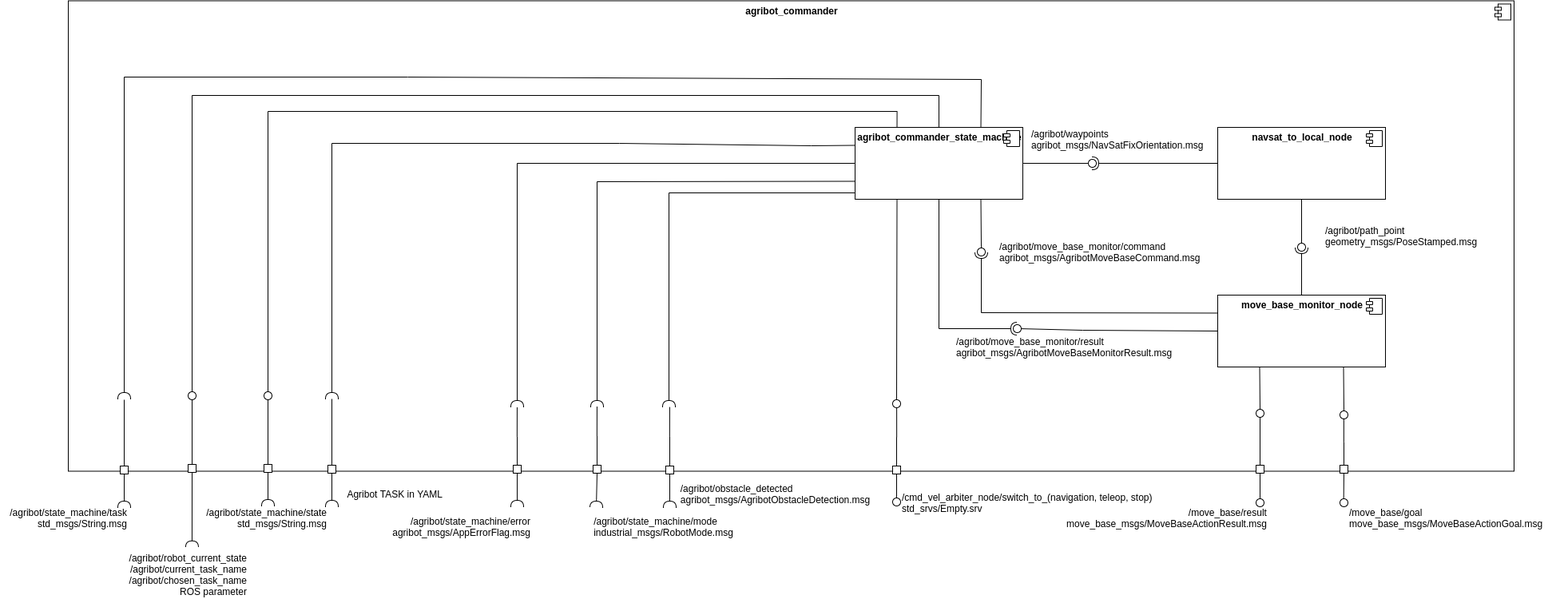
This is doc/component_diagram.png from agribot-2-0/agribot_commander, a draw.io export, as it was before one commit. Source tidied: cells renumbered, new cells last; positions are measured from the earlier drawing's top-left corner, leaving out a move shared by most shapes.
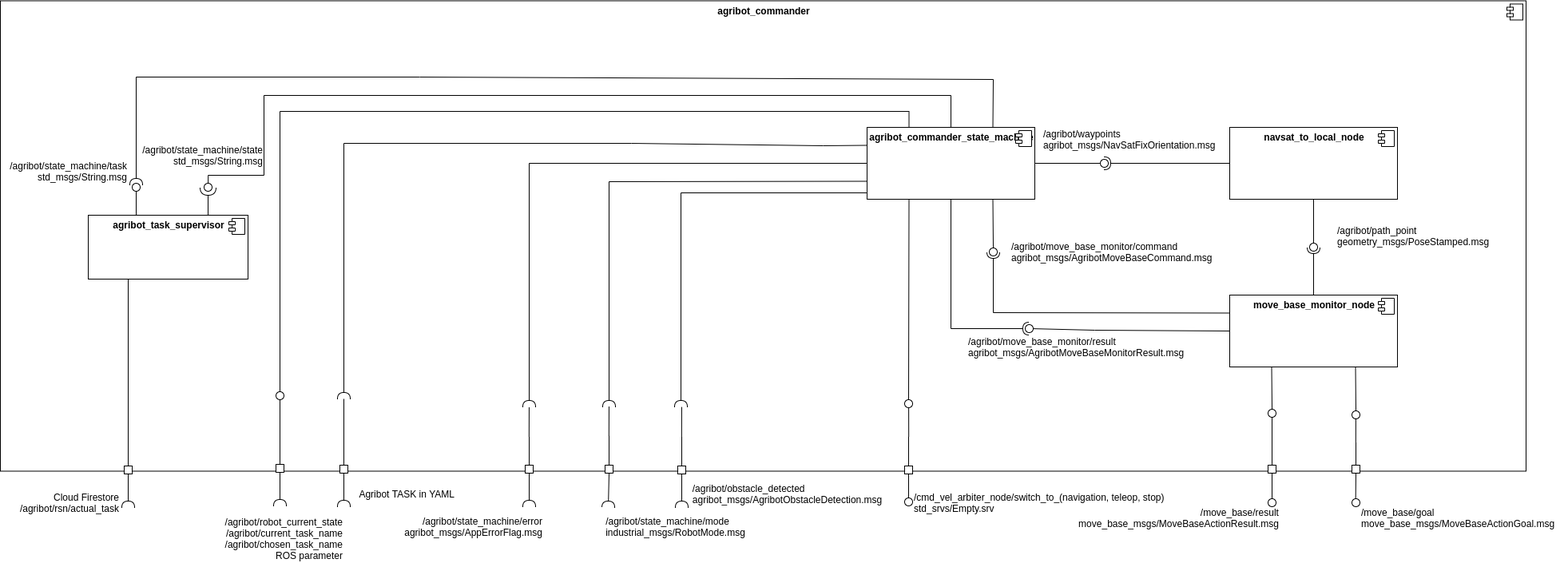
After the commit.

The edit, as a diff of the source:
```diff
@@ -3,7 +3,7 @@
     <mxCell id="0" />
     <mxCell id="1" parent="0" />
     <mxCell id="2" value="&lt;p style=&quot;margin: 0px ; margin-top: 6px ; text-align: center&quot;&gt;&lt;b&gt;agribot_commander&lt;/b&gt;&lt;/p&gt;" style="align=left;overflow=fill;html=1;" parent="1" vertex="1">
-      <mxGeometry x="85" y="-0.5" width="1810" height="589" as="geometry" />
+      <mxGeometry x="-15" y="-0.5" width="1910" height="589" as="geometry" />
     </mxCell>
     <mxCell id="3" style="shape=component;jettyWidth=8;jettyHeight=4;" parent="2" vertex="1">
       <mxGeometry x="1" width="20" height="20" relative="1" as="geometry">
@@ -269,22 +269,8 @@
       <mxGeometry x="330" y="580" width="10" height="10" as="geometry" />
     </mxCell>
     <mxCell id="70" value="&lt;div&gt;/agribot/state_machine/state&lt;br&gt;std_msgs/String.msg&lt;/div&gt;" style="text;html=1;align=right;verticalAlign=middle;" parent="1" vertex="1">
-      <mxGeometry x="240" y="632" width="170" height="30" as="geometry" />
+      <mxGeometry x="145" y="178" width="170" height="30" as="geometry" />
     </mxCell>
-    <mxCell id="71" style="rounded=0;jettySize=auto;html=1;endArrow=halfCircle;endFill=0;endSize=6;strokeWidth=1;exitX=0.5;exitY=1;exitDx=0;exitDy=0;entryX=0.562;entryY=-0.071;entryDx=0;entryDy=0;entryPerimeter=0;" parent="1" edge="1" source="73" target="74">
-      <mxGeometry relative="1" as="geometry" />
-    </mxCell>
-    <mxCell id="72" style="edgeStyle=orthogonalEdgeStyle;rounded=0;jettySize=auto;html=1;exitX=0.5;exitY=0;exitDx=0;exitDy=0;endArrow=none;endFill=0;" parent="1" edge="1" source="73">
-      <mxGeometry relative="1" as="geometry">
-        <mxPoint x="240" y="497" as="targetPoint" />
-      </mxGeometry>
-    </mxCell>
-    <mxCell id="73" style="rounded=0;whiteSpace=wrap;html=1;" parent="1" vertex="1">
-      <mxGeometry x="235" y="580" width="10" height="10" as="geometry" />
-    </mxCell>
-    <mxCell id="74" value="/agribot/robot_current_state&lt;br&gt;/agribot/current_task_name&lt;br&gt;/agribot/chosen_task_name&lt;br&gt;&lt;div&gt;ROS parameter&lt;/div&gt;" style="text;html=1;align=right;verticalAlign=middle;points=[];" parent="1" vertex="1">
-      <mxGeometry x="150" y="688" width="160" height="60" as="geometry" />
-    </mxCell>
     <mxCell id="75" style="edgeStyle=orthogonalEdgeStyle;rounded=0;jettySize=auto;html=1;entryX=0.25;entryY=0;entryDx=0;entryDy=0;endArrow=none;endFill=0;" parent="1" edge="1" source="76" target="4">
       <mxGeometry relative="1" as="geometry">
         <Array as="points">
@@ -296,20 +282,22 @@
     <mxCell id="76" style="ellipse;whiteSpace=wrap;html=1;fontFamily=Helvetica;fontSize=12;fontColor=#000000;align=center;strokeColor=#000000;fillColor=#ffffff;points=[];" parent="1" vertex="1">
       <mxGeometry x="330" y="489" width="10" height="10" as="geometry" />
     </mxCell>
-    <mxCell id="77" style="edgeStyle=orthogonalEdgeStyle;rounded=0;jettySize=auto;html=1;entryX=0.5;entryY=0;entryDx=0;entryDy=0;endArrow=none;endFill=0;" parent="1" edge="1" source="78" target="4">
+    <mxCell id="77" style="edgeStyle=orthogonalEdgeStyle;rounded=0;jettySize=auto;html=1;entryX=0.5;entryY=0;entryDx=0;entryDy=0;endArrow=none;endFill=0;exitX=0.506;exitY=0.019;exitDx=0;exitDy=0;exitPerimeter=0;" parent="1" edge="1" source="78" target="4">
       <mxGeometry relative="1" as="geometry">
         <Array as="points">
-          <mxPoint x="240" y="118" />
+          <mxPoint x="245" y="218" />
+          <mxPoint x="315" y="218" />
+          <mxPoint x="315" y="118" />
           <mxPoint x="1175" y="118" />
         </Array>
       </mxGeometry>
     </mxCell>
     <mxCell id="78" style="ellipse;whiteSpace=wrap;html=1;fontFamily=Helvetica;fontSize=12;fontColor=#000000;align=center;strokeColor=#000000;fillColor=#ffffff;points=[];" parent="1" vertex="1">
-      <mxGeometry x="235" y="489" width="10" height="10" as="geometry" />
+      <mxGeometry x="240" y="228" width="10" height="10" as="geometry" />
     </mxCell>
     <mxCell id="79" style="rounded=0;jettySize=auto;html=1;endArrow=halfCircle;endFill=0;endSize=6;strokeWidth=1;exitX=0.75;exitY=0;exitDx=0;exitDy=0;" parent="1" edge="1" source="4">
       <mxGeometry relative="1" as="geometry">
-        <mxPoint x="155" y="498" as="targetPoint" />
+        <mxPoint x="155" y="230" as="targetPoint" />
         <Array as="points">
           <mxPoint x="1228" y="98" />
           <mxPoint x="510" y="95" />
@@ -319,19 +307,47 @@
     </mxCell>
     <mxCell id="80" style="rounded=0;jettySize=auto;html=1;endArrow=halfCircle;endFill=0;endSize=6;strokeWidth=1;exitX=0.5;exitY=1;exitDx=0;exitDy=0;" parent="1" edge="1" source="82">
       <mxGeometry relative="1" as="geometry">
-        <mxPoint x="155" y="634" as="targetPoint" />
+        <mxPoint x="145" y="634" as="targetPoint" />
       </mxGeometry>
     </mxCell>
-    <mxCell id="81" style="edgeStyle=orthogonalEdgeStyle;rounded=0;jettySize=auto;html=1;exitX=0.5;exitY=0;exitDx=0;exitDy=0;endArrow=none;endFill=0;" parent="1" edge="1" source="82">
-      <mxGeometry relative="1" as="geometry">
-        <mxPoint x="155" y="499" as="targetPoint" />
-      </mxGeometry>
+    <mxCell id="81" style="edgeStyle=orthogonalEdgeStyle;rounded=0;jettySize=auto;html=1;exitX=0.5;exitY=0;exitDx=0;exitDy=0;endArrow=none;endFill=0;entryX=0.25;entryY=1;entryDx=0;entryDy=0;" parent="1" edge="1" source="82" target="84">
+      <mxGeometry relative="1" as="geometry" />
     </mxCell>
     <mxCell id="82" style="rounded=0;whiteSpace=wrap;html=1;" parent="1" vertex="1">
-      <mxGeometry x="150" y="582" width="10" height="10" as="geometry" />
+      <mxGeometry x="140" y="582" width="10" height="10" as="geometry" />
     </mxCell>
     <mxCell id="83" value="&lt;div&gt;/agribot/state_machine/task&lt;br&gt;std_msgs/String.msg&lt;br&gt;&lt;/div&gt;" style="text;html=1;align=right;verticalAlign=middle;" parent="1" vertex="1">
-      <mxGeometry y="632" width="160" height="30" as="geometry" />
+      <mxGeometry x="-15" y="198" width="160" height="30" as="geometry" />
     </mxCell>
+    <mxCell id="74" value="/agribot/robot_current_state&lt;br&gt;/agribot/current_task_name&lt;br&gt;/agribot/chosen_task_name&lt;br&gt;&lt;div&gt;ROS parameter&lt;/div&gt;" style="text;html=1;align=right;verticalAlign=middle;points=[];" parent="1" vertex="1">
+      <mxGeometry x="255" y="643" width="160" height="60" as="geometry" />
+    </mxCell>
+    <mxCell id="84" value="&lt;p style=&quot;margin: 0px ; margin-top: 6px ; text-align: center&quot;&gt;&lt;b&gt;agribot_task_supervisor&lt;/b&gt;&lt;br&gt;&lt;/p&gt;" style="align=left;overflow=fill;html=1;" parent="1" vertex="1">
+      <mxGeometry x="95" y="268" width="200" height="80" as="geometry" />
+    </mxCell>
+    <mxCell id="85" style="shape=component;jettyWidth=8;jettyHeight=4;" parent="84" vertex="1">
+      <mxGeometry x="1" width="20" height="20" relative="1" as="geometry">
+        <mxPoint x="-24" y="4" as="offset" />
+      </mxGeometry>
+    </mxCell>
+    <mxCell id="86" style="edgeStyle=orthogonalEdgeStyle;rounded=0;jettySize=auto;html=1;entryX=0.25;entryY=0;entryDx=0;entryDy=0;endArrow=none;endFill=0;" parent="1" edge="1" source="87" target="84">
+      <mxGeometry relative="1" as="geometry">
+        <Array as="points">
+          <mxPoint x="155" y="268" />
+        </Array>
+      </mxGeometry>
+    </mxCell>
+    <mxCell id="87" style="ellipse;whiteSpace=wrap;html=1;fontFamily=Helvetica;fontSize=12;fontColor=#000000;align=center;strokeColor=#000000;fillColor=#ffffff;points=[];" parent="1" vertex="1">
+      <mxGeometry x="150" y="228" width="10" height="10" as="geometry" />
+    </mxCell>
+    <mxCell id="88" style="edgeStyle=orthogonalEdgeStyle;rounded=0;jettySize=auto;html=1;exitX=1;exitY=0.5;exitDx=0;exitDy=0;exitPerimeter=0;entryX=0.75;entryY=0;entryDx=0;entryDy=0;startArrow=none;startFill=0;endArrow=none;endFill=0;" parent="1" edge="1" source="89" target="84">
+      <mxGeometry relative="1" as="geometry" />
+    </mxCell>
+    <mxCell id="89" style="shape=requiredInterface;html=1;verticalLabelPosition=bottom;rotation=90;" parent="1" vertex="1">
+      <mxGeometry x="240" y="228" width="10" height="20" as="geometry" />
+    </mxCell>
+    <mxCell id="90" value="&lt;div&gt;Cloud Firestore&lt;br&gt;/agribot/rsn/actual_task&lt;/div&gt;" style="text;html=1;align=right;verticalAlign=middle;" parent="1" vertex="1">
+      <mxGeometry x="-5" y="613" width="140" height="30" as="geometry" />
+    </mxCell>
   </root>
 </mxGraphModel>
```
